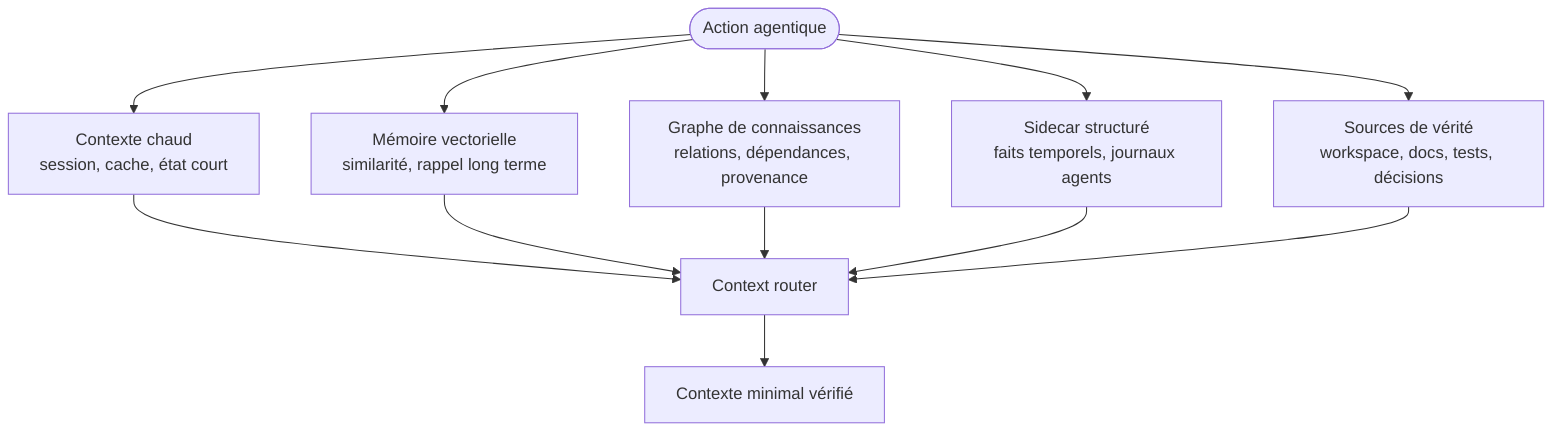
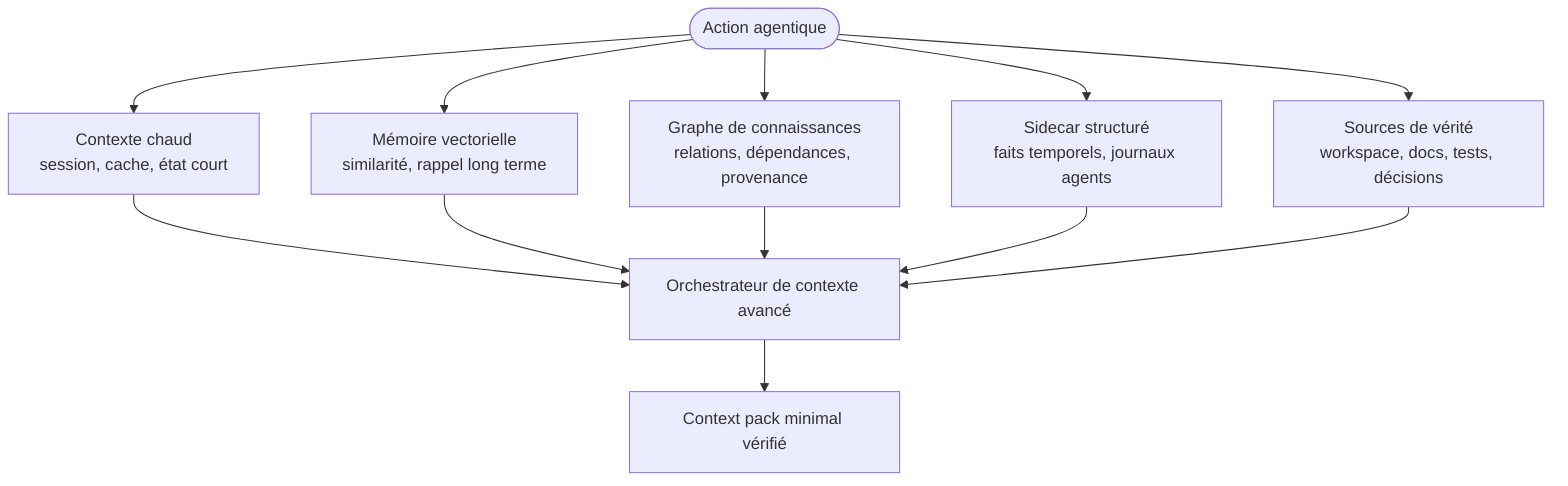
flowchart TD
    A([Action agentique]) --> B["Contexte chaud<br/>session, cache, état court"]
    A --> C["Mémoire vectorielle<br/>similarité, rappel long terme"]
    A --> D["Graphe de connaissances<br/>relations, dépendances, provenance"]
    A --> E["Sidecar structuré<br/>faits temporels, journaux agents"]
    A --> F["Sources de vérité<br/>workspace, docs, tests, décisions"]
-     B --> G["Context router"]
+     B --> G["Orchestrateur de contexte avancé"]
    C --> G
    D --> G
    E --> G
    F --> G
-     G --> H["Contexte minimal vérifié"]
+     G --> H["Context pack minimal vérifié"]
